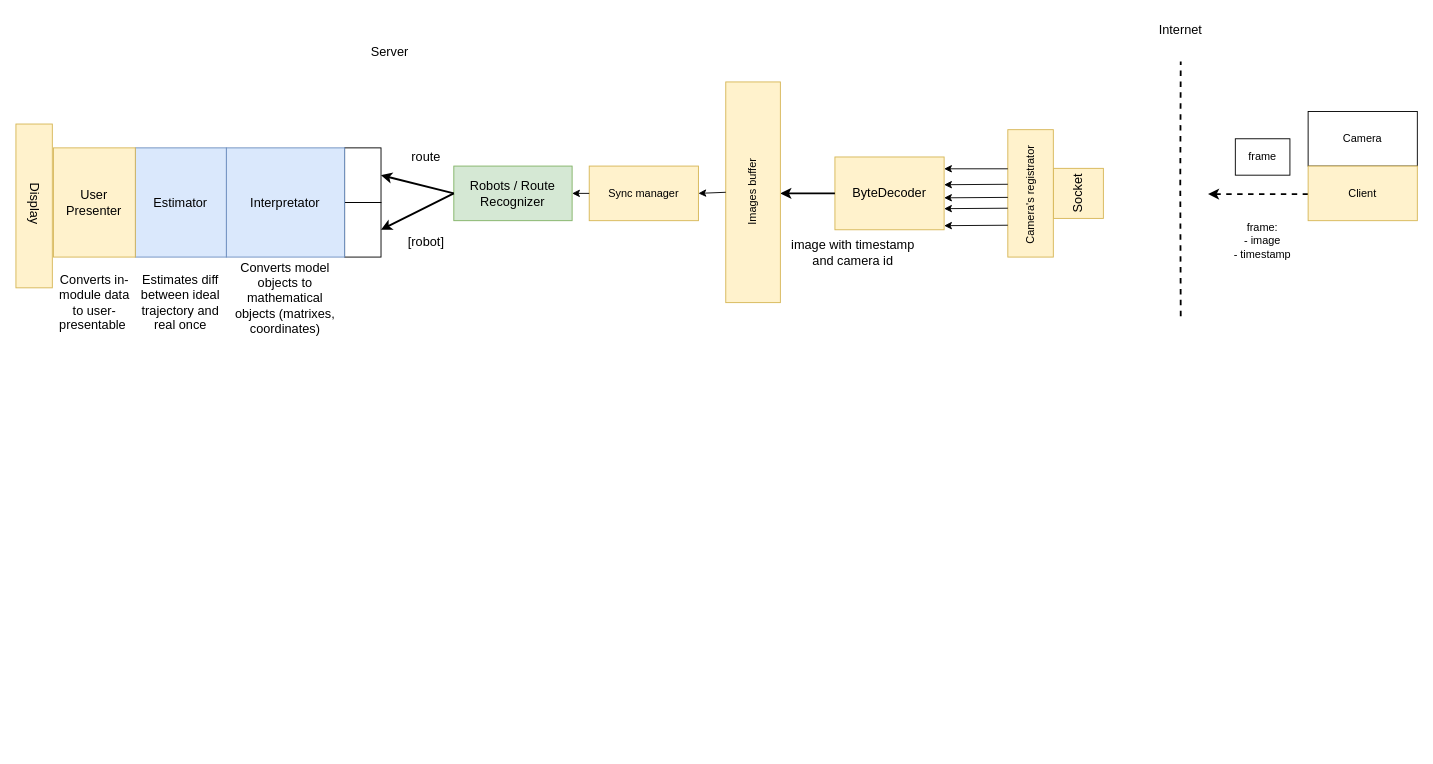
Earlier version of the draw.io diagram scheme/ProjectScheme.drawio (FinickyPrune/visual-monitoring). Source tidied: cells renumbered, new cells numbered last; positions are measured from the earlier drawing's top-left corner, leaving out a move shared by most shapes. Both pictures are drawn from the tidied source at 91%, with x=0, y=0 at pixel (-48, 15).
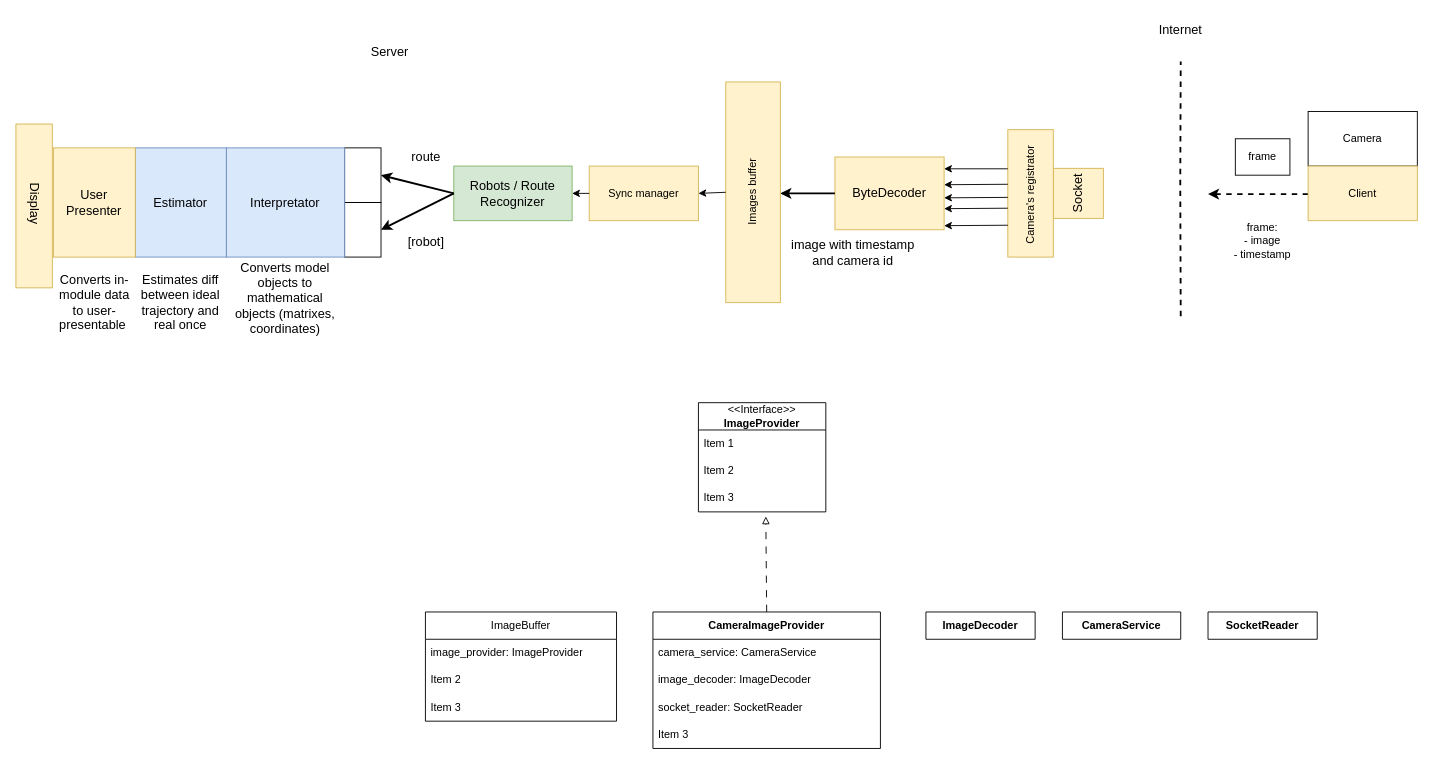
The same diagram, later.

Change to the diagram source:
```diff
@@
+    <mxCell id="41" value="&lt;b&gt;SocketReader&lt;/b&gt;" style="swimlane;fontStyle=0;horizontal=1;startSize=30;whiteSpace=wrap;html=1;" parent="1" vertex="1" collapsed="1">
+      <mxGeometry x="1380" y="655" width="120" height="30" as="geometry" />
+    </mxCell>
+    <mxCell id="42" value="&lt;b&gt;CameraImageProvider&lt;/b&gt;" style="swimlane;fontStyle=0;horizontal=1;startSize=30;whiteSpace=wrap;html=1;" parent="1" vertex="1">
+      <mxGeometry x="770" y="655" width="250" height="150" as="geometry" />
+    </mxCell>
+    <mxCell id="43" value="camera_service: CameraService" style="text;strokeColor=none;fillColor=none;align=left;verticalAlign=middle;spacingLeft=4;spacingRight=4;overflow=hidden;whiteSpace=wrap;html=1;" parent="42" vertex="1">
+      <mxGeometry y="30" width="250" height="30" as="geometry" />
+    </mxCell>
+    <mxCell id="44" value="image_decoder: ImageDecoder" style="text;strokeColor=none;fillColor=none;align=left;verticalAlign=middle;spacingLeft=4;spacingRight=4;overflow=hidden;whiteSpace=wrap;html=1;" parent="42" vertex="1">
+      <mxGeometry y="60" width="250" height="30" as="geometry" />
+    </mxCell>
+    <mxCell id="45" value="socket_reader: SocketReader&amp;nbsp;" style="text;strokeColor=none;fillColor=none;align=left;verticalAlign=middle;spacingLeft=4;spacingRight=4;overflow=hidden;whiteSpace=wrap;html=1;" parent="42" vertex="1">
+      <mxGeometry y="90" width="250" height="30" as="geometry" />
+    </mxCell>
+    <mxCell id="46" value="Item 3" style="text;strokeColor=none;fillColor=none;align=left;verticalAlign=middle;spacingLeft=4;spacingRight=4;overflow=hidden;whiteSpace=wrap;html=1;" parent="42" vertex="1">
+      <mxGeometry y="120" width="250" height="30" as="geometry" />
+    </mxCell>
+    <mxCell id="47" value="&amp;lt;&amp;lt;Interface&amp;gt;&amp;gt;&lt;br&gt;&lt;b&gt;ImageProvider&lt;/b&gt;" style="swimlane;fontStyle=0;horizontal=1;startSize=30;whiteSpace=wrap;html=1;" parent="1" vertex="1">
+      <mxGeometry x="820" y="425" width="140" height="120" as="geometry" />
+    </mxCell>
+    <mxCell id="48" value="Item 1" style="text;strokeColor=none;fillColor=none;align=left;verticalAlign=middle;spacingLeft=4;spacingRight=4;overflow=hidden;whiteSpace=wrap;html=1;" parent="47" vertex="1">
+      <mxGeometry y="30" width="140" height="30" as="geometry" />
+    </mxCell>
+    <mxCell id="49" value="Item 2" style="text;strokeColor=none;fillColor=none;align=left;verticalAlign=middle;spacingLeft=4;spacingRight=4;overflow=hidden;whiteSpace=wrap;html=1;" parent="47" vertex="1">
+      <mxGeometry y="60" width="140" height="30" as="geometry" />
+    </mxCell>
+    <mxCell id="50" value="Item 3" style="text;strokeColor=none;fillColor=none;align=left;verticalAlign=middle;spacingLeft=4;spacingRight=4;overflow=hidden;points=[[0,0.5],[1,0.5]];portConstraint=eastwest;whiteSpace=wrap;html=1;" parent="47" vertex="1">
+      <mxGeometry y="90" width="140" height="30" as="geometry" />
+    </mxCell>
+    <mxCell id="51" value="&lt;b&gt;ImageDecoder&lt;/b&gt;" style="swimlane;fontStyle=0;horizontal=1;startSize=30;whiteSpace=wrap;html=1;" parent="1" vertex="1" collapsed="1">
+      <mxGeometry x="1070" y="655" width="120" height="30" as="geometry" />
+    </mxCell>
+    <mxCell id="52" value="&lt;b&gt;CameraService&lt;/b&gt;" style="swimlane;fontStyle=0;horizontal=1;startSize=30;whiteSpace=wrap;html=1;" parent="1" vertex="1" collapsed="1">
+      <mxGeometry x="1220" y="655" width="130" height="30" as="geometry" />
+    </mxCell>
+    <mxCell id="53" style="endArrow=block;html=1;rounded=0;exitX=0.5;exitY=0;exitDx=0;exitDy=0;dashed=1;dashPattern=8 8;endFill=0;entryX=0.529;entryY=1.167;entryDx=0;entryDy=0;entryPerimeter=0;" parent="1" edge="1" source="42" target="50">
+      <mxGeometry relative="1" as="geometry" />
+    </mxCell>
+    <mxCell id="54" value="ImageBuffer" style="swimlane;fontStyle=0;horizontal=1;startSize=30;whiteSpace=wrap;html=1;" parent="1" vertex="1">
+      <mxGeometry x="520" y="655" width="210" height="120" as="geometry" />
+    </mxCell>
+    <mxCell id="55" value="image_provider: ImageProvider" style="text;strokeColor=none;fillColor=none;align=left;verticalAlign=middle;spacingLeft=4;spacingRight=4;overflow=hidden;whiteSpace=wrap;html=1;" parent="54" vertex="1">
+      <mxGeometry y="30" width="210" height="30" as="geometry" />
+    </mxCell>
+    <mxCell id="56" value="Item 2" style="text;strokeColor=none;fillColor=none;align=left;verticalAlign=middle;spacingLeft=4;spacingRight=4;overflow=hidden;whiteSpace=wrap;html=1;" parent="54" vertex="1">
+      <mxGeometry y="60" width="210" height="30" as="geometry" />
+    </mxCell>
+    <mxCell id="57" value="Item 3" style="text;strokeColor=none;fillColor=none;align=left;verticalAlign=middle;spacingLeft=4;spacingRight=4;overflow=hidden;whiteSpace=wrap;html=1;" parent="54" vertex="1">
+      <mxGeometry y="90" width="210" height="30" as="geometry" />
+    </mxCell>
```
